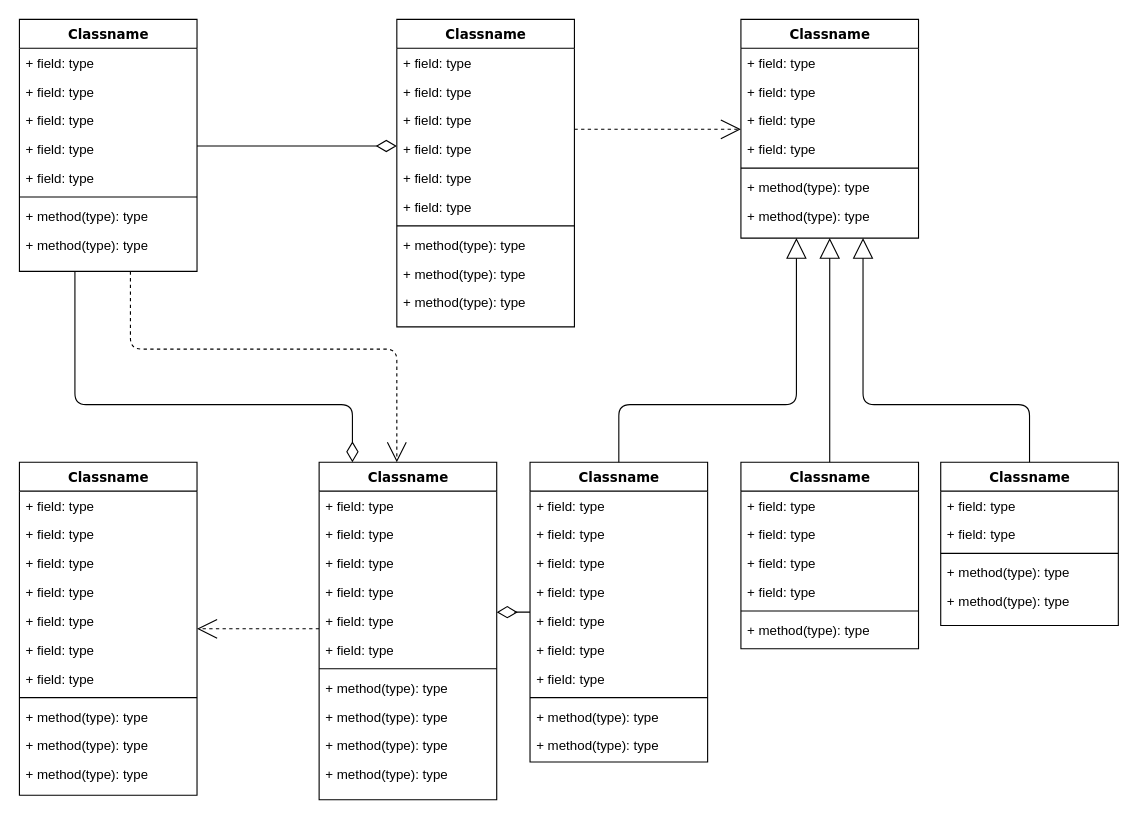
Above: Untitled Diagram.drawio in kevbot606/diagrams-flowcharts (draw.io), before the change. Source tidied: cells renumbered, new cells numbered last; positions are measured from the earlier drawing's top-left corner, leaving out a move shared by most shapes. Both pictures are drawn from the tidied source at 111%, with x=0, y=0 at pixel (19, 19).
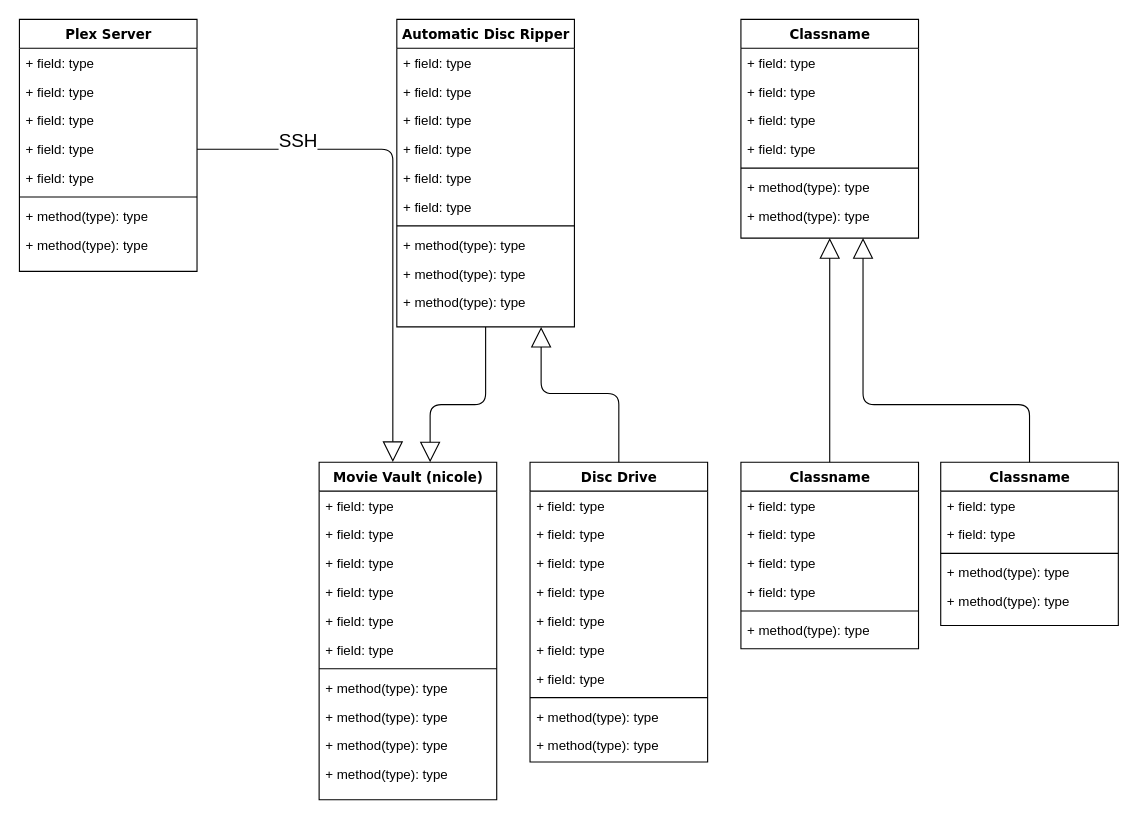
After the change.

Commit message:
Disc Ripper Integrated Plex Server (DRiPS)

Unchanged cells that the change refers to:
```xml
<mxCell id="25" value="Classname" style="swimlane;html=1;fontStyle=1;align=center;verticalAlign=top;horizontal=1;startSize=26;swimlaneFillColor=#ffffff;rounded=0;shadow=0;comic=0;labelBackgroundColor=none;strokeWidth=1;fillColor=none;fontFamily=Verdana;fontSize=12;" parent="1" vertex="1">
  <mxGeometry x="650" width="160" height="197" as="geometry" />
</mxCell>
```

Change to the diagram source:
```diff
@@
-    <mxCell id="2" style="edgeStyle=orthogonalEdgeStyle;html=1;labelBackgroundColor=none;startFill=0;startSize=8;endArrow=open;endFill=0;endSize=16;fontFamily=Verdana;fontSize=12;dashed=1;" parent="1" edge="1" source="4" target="47">
-      <mxGeometry relative="1" as="geometry">
-        <Array as="points">
-          <mxPoint x="100" y="297" />
-          <mxPoint x="340" y="297" />
-        </Array>
-      </mxGeometry>
-    </mxCell>
-    <mxCell id="3" style="edgeStyle=orthogonalEdgeStyle;html=1;labelBackgroundColor=none;startFill=0;startSize=8;endArrow=diamondThin;endFill=0;endSize=16;fontFamily=Verdana;fontSize=12;" parent="1" edge="1" source="4" target="47">
+    <mxCell id="3" style="edgeStyle=orthogonalEdgeStyle;html=1;labelBackgroundColor=none;startFill=0;startSize=8;endArrow=block;endFill=0;endSize=16;fontFamily=Verdana;fontSize=12;entryX=0.415;entryY=-0.001;entryDx=0;entryDy=0;entryPerimeter=0;" parent="1" edge="1" source="4" target="47">
       <mxGeometry relative="1" as="geometry">
         <Array as="points">
-          <mxPoint x="50" y="347" />
-          <mxPoint x="300" y="347" />
+          <mxPoint x="336" y="117" />
         </Array>
       </mxGeometry>
     </mxCell>
+    <mxCell id="87" value="SSH" style="edgeLabel;html=1;align=center;verticalAlign=bottom;fontSize=17;spacing=0;" parent="3" vertex="1">
+      <mxGeometry x="-0.19" y="4" relative="1" as="geometry">
+        <mxPoint x="-90" y="-8" as="offset" />
+      </mxGeometry>
+    </mxCell>
-    <mxCell id="4" value="Classname" style="swimlane;html=1;fontStyle=1;align=center;verticalAlign=top;horizontal=1;startSize=26;swimlaneFillColor=#ffffff;rounded=0;shadow=0;comic=0;labelBackgroundColor=none;strokeWidth=1;fillColor=none;fontFamily=Verdana;fontSize=12;" parent="1" vertex="1">
+    <mxCell id="4" value="Plex Server" style="swimlane;html=1;fontStyle=1;align=center;verticalAlign=top;horizontal=1;startSize=26;swimlaneFillColor=#ffffff;rounded=0;shadow=0;comic=0;labelBackgroundColor=none;strokeWidth=1;fillColor=none;fontFamily=Verdana;fontSize=12;" parent="1" vertex="1">
       <mxGeometry width="160" height="227" as="geometry" />
     </mxCell>
@@
-    <mxCell id="13" style="edgeStyle=elbowEdgeStyle;html=1;labelBackgroundColor=none;startFill=0;startSize=8;endArrow=open;endFill=0;endSize=16;fontFamily=Verdana;fontSize=12;elbow=vertical;dashed=1;" parent="1" edge="1" source="14" target="25">
-      <mxGeometry relative="1" as="geometry" />
-    </mxCell>
-    <mxCell id="14" value="Classname" style="swimlane;html=1;fontStyle=1;align=center;verticalAlign=top;horizontal=1;startSize=26;swimlaneFillColor=#ffffff;rounded=0;shadow=0;comic=0;labelBackgroundColor=none;strokeWidth=1;fillColor=none;fontFamily=Verdana;fontSize=12;" parent="1" vertex="1">
+    <mxCell id="14" value="Automatic Disc Ripper" style="swimlane;html=1;fontStyle=1;align=center;verticalAlign=top;horizontal=1;startSize=26;swimlaneFillColor=#ffffff;rounded=0;shadow=0;comic=0;labelBackgroundColor=none;strokeWidth=1;fillColor=none;fontFamily=Verdana;fontSize=12;" parent="1" vertex="1">
       <mxGeometry x="340" width="160" height="277" as="geometry" />
     </mxCell>
@@
-    <mxCell id="33" style="edgeStyle=elbowEdgeStyle;html=1;labelBackgroundColor=none;startFill=0;startSize=8;endArrow=open;endFill=0;endSize=16;fontFamily=Verdana;fontSize=12;elbow=vertical;dashed=1;" parent="1" edge="1" source="47" target="34">
-      <mxGeometry relative="1" as="geometry" />
-    </mxCell>
-    <mxCell id="34" value="Classname" style="swimlane;html=1;fontStyle=1;align=center;verticalAlign=top;horizontal=1;startSize=26;swimlaneFillColor=#ffffff;rounded=0;shadow=0;comic=0;labelBackgroundColor=none;strokeWidth=1;fillColor=none;fontFamily=Verdana;fontSize=12;" parent="1" vertex="1">
-      <mxGeometry y="399" width="160" height="300" as="geometry" />
-    </mxCell>
-    <mxCell id="35" value="+ field: type" style="text;html=1;strokeColor=none;fillColor=none;align=left;verticalAlign=top;spacingLeft=4;spacingRight=4;whiteSpace=wrap;overflow=hidden;" parent="34" vertex="1">
-      <mxGeometry y="26" width="160" height="26" as="geometry" />
-    </mxCell>
-    <mxCell id="36" value="+ field: type" style="text;html=1;strokeColor=none;fillColor=none;align=left;verticalAlign=top;spacingLeft=4;spacingRight=4;whiteSpace=wrap;overflow=hidden;" parent="34" vertex="1">
-      <mxGeometry y="52" width="160" height="26" as="geometry" />
-    </mxCell>
-    <mxCell id="37" value="+ field: type" style="text;html=1;strokeColor=none;fillColor=none;align=left;verticalAlign=top;spacingLeft=4;spacingRight=4;whiteSpace=wrap;overflow=hidden;" parent="34" vertex="1">
-      <mxGeometry y="78" width="160" height="26" as="geometry" />
-    </mxCell>
-    <mxCell id="38" value="+ field: type" style="text;html=1;strokeColor=none;fillColor=none;align=left;verticalAlign=top;spacingLeft=4;spacingRight=4;whiteSpace=wrap;overflow=hidden;" parent="34" vertex="1">
-      <mxGeometry y="104" width="160" height="26" as="geometry" />
-    </mxCell>
-    <mxCell id="39" value="+ field: type" style="text;html=1;strokeColor=none;fillColor=none;align=left;verticalAlign=top;spacingLeft=4;spacingRight=4;whiteSpace=wrap;overflow=hidden;" parent="34" vertex="1">
-      <mxGeometry y="130" width="160" height="26" as="geometry" />
-    </mxCell>
-    <mxCell id="40" value="+ field: type" style="text;html=1;strokeColor=none;fillColor=none;align=left;verticalAlign=top;spacingLeft=4;spacingRight=4;whiteSpace=wrap;overflow=hidden;" parent="34" vertex="1">
-      <mxGeometry y="156" width="160" height="26" as="geometry" />
-    </mxCell>
-    <mxCell id="41" value="+ field: type" style="text;html=1;strokeColor=none;fillColor=none;align=left;verticalAlign=top;spacingLeft=4;spacingRight=4;whiteSpace=wrap;overflow=hidden;" parent="34" vertex="1">
-      <mxGeometry y="182" width="160" height="26" as="geometry" />
-    </mxCell>
-    <mxCell id="42" style="line;html=1;strokeWidth=1;fillColor=none;align=left;verticalAlign=middle;spacingTop=-1;spacingLeft=3;spacingRight=3;labelPosition=right;" parent="34" vertex="1">
-      <mxGeometry y="208" width="160" height="8" as="geometry" />
-    </mxCell>
-    <mxCell id="43" value="+ method(type): type" style="text;html=1;strokeColor=none;fillColor=none;align=left;verticalAlign=top;spacingLeft=4;spacingRight=4;whiteSpace=wrap;overflow=hidden;" parent="34" vertex="1">
-      <mxGeometry y="216" width="160" height="26" as="geometry" />
-    </mxCell>
-    <mxCell id="44" value="+ method(type): type" style="text;html=1;strokeColor=none;fillColor=none;align=left;verticalAlign=top;spacingLeft=4;spacingRight=4;whiteSpace=wrap;overflow=hidden;" parent="34" vertex="1">
-      <mxGeometry y="242" width="160" height="26" as="geometry" />
-    </mxCell>
-    <mxCell id="45" value="+ method(type): type" style="text;html=1;strokeColor=none;fillColor=none;align=left;verticalAlign=top;spacingLeft=4;spacingRight=4;whiteSpace=wrap;overflow=hidden;" parent="34" vertex="1">
-      <mxGeometry y="268" width="160" height="26" as="geometry" />
-    </mxCell>
-    <mxCell id="46" style="edgeStyle=elbowEdgeStyle;html=1;labelBackgroundColor=none;startFill=0;startSize=8;endArrow=diamondThin;endFill=0;endSize=16;fontFamily=Verdana;fontSize=12;elbow=vertical;" parent="1" edge="1" source="60" target="47">
-      <mxGeometry relative="1" as="geometry" />
-    </mxCell>
-    <mxCell id="47" value="Classname" style="swimlane;html=1;fontStyle=1;align=center;verticalAlign=top;horizontal=1;startSize=26;swimlaneFillColor=#ffffff;rounded=0;shadow=0;comic=0;labelBackgroundColor=none;strokeWidth=1;fillColor=none;fontFamily=Verdana;fontSize=12;" parent="1" vertex="1">
+    <mxCell id="47" value="Movie Vault (nicole)" style="swimlane;html=1;fontStyle=1;align=center;verticalAlign=top;horizontal=1;startSize=26;swimlaneFillColor=#ffffff;rounded=0;shadow=0;comic=0;labelBackgroundColor=none;strokeWidth=1;fillColor=none;fontFamily=Verdana;fontSize=12;" parent="1" vertex="1">
       <mxGeometry x="270" y="399" width="160" height="304" as="geometry" />
     </mxCell>
@@
-    <mxCell id="59" style="edgeStyle=orthogonalEdgeStyle;html=1;labelBackgroundColor=none;startFill=0;startSize=8;endArrow=block;endFill=0;endSize=16;fontFamily=Verdana;fontSize=12;" parent="1" edge="1" source="60" target="25">
+    <mxCell id="59" style="edgeStyle=orthogonalEdgeStyle;html=1;labelBackgroundColor=none;startFill=0;startSize=8;endArrow=block;endFill=0;endSize=16;fontFamily=Verdana;fontSize=12;" parent="1" edge="1" source="60">
       <mxGeometry relative="1" as="geometry">
+        <mxPoint x="470" y="277" as="targetPoint" />
         <Array as="points">
-          <mxPoint x="540" y="347" />
-          <mxPoint x="700" y="347" />
+          <mxPoint x="540" y="337" />
+          <mxPoint x="470" y="337" />
+          <mxPoint x="470" y="277" />
         </Array>
       </mxGeometry>
     </mxCell>
-    <mxCell id="60" value="Classname" style="swimlane;html=1;fontStyle=1;align=center;verticalAlign=top;horizontal=1;startSize=26;swimlaneFillColor=#ffffff;rounded=0;shadow=0;comic=0;labelBackgroundColor=none;strokeWidth=1;fillColor=none;fontFamily=Verdana;fontSize=12;" parent="1" vertex="1">
+    <mxCell id="60" value="Disc Drive" style="swimlane;html=1;fontStyle=1;align=center;verticalAlign=top;horizontal=1;startSize=26;swimlaneFillColor=#ffffff;rounded=0;shadow=0;comic=0;labelBackgroundColor=none;strokeWidth=1;fillColor=none;fontFamily=Verdana;fontSize=12;" parent="1" vertex="1">
       <mxGeometry x="460" y="399" width="160" height="270" as="geometry" />
     </mxCell>
@@
-    <mxCell id="86" style="edgeStyle=elbowEdgeStyle;html=1;labelBackgroundColor=none;startFill=0;startSize=8;endArrow=diamondThin;endFill=0;endSize=16;fontFamily=Verdana;fontSize=12;elbow=vertical;" parent="1" edge="1" source="4" target="14">
-      <mxGeometry relative="1" as="geometry" />
-    </mxCell>
+    <mxCell id="88" style="edgeStyle=orthogonalEdgeStyle;html=1;labelBackgroundColor=none;startFill=0;startSize=8;endArrow=block;endFill=0;endSize=16;fontFamily=Verdana;fontSize=12;" parent="1" edge="1">
+      <mxGeometry relative="1" as="geometry">
+        <mxPoint x="420" y="277" as="sourcePoint" />
+        <mxPoint x="370" y="399" as="targetPoint" />
+        <Array as="points">
+          <mxPoint x="420" y="347" />
+          <mxPoint x="370" y="347" />
+        </Array>
+      </mxGeometry>
+    </mxCell>
```
